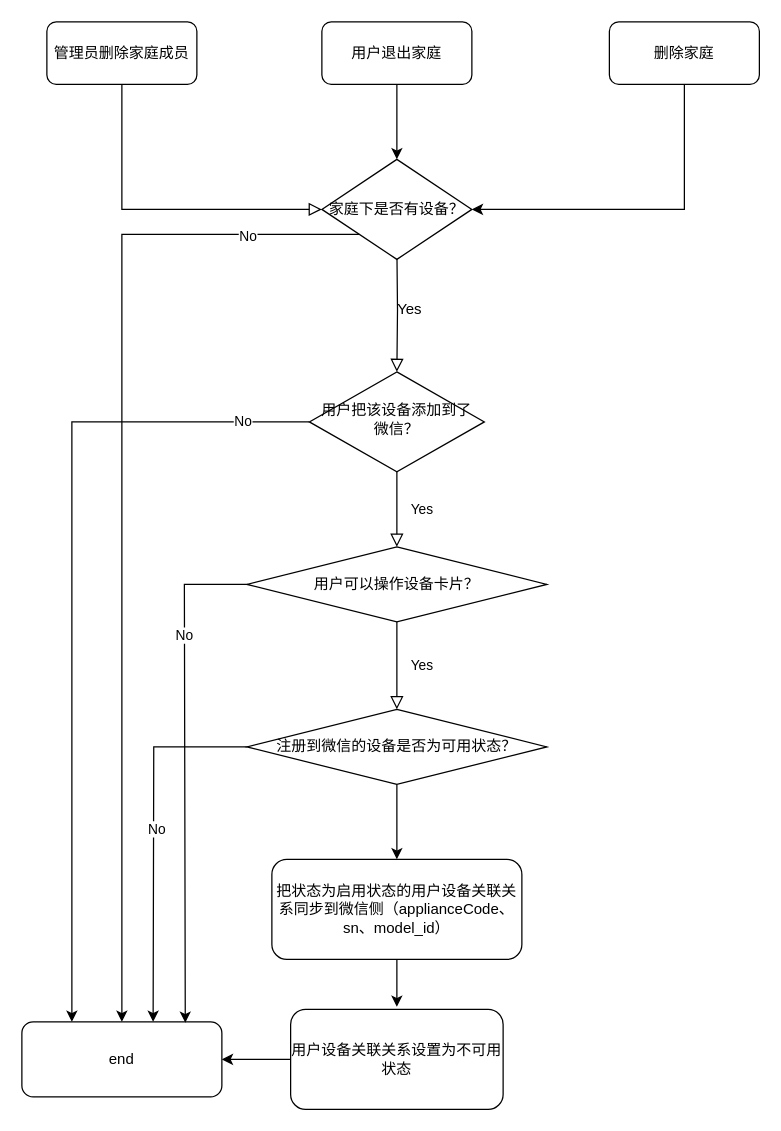
lizhenghui337/draw keeps this draw.io diagram as page "Page-1" (1 of 2) of Untitled Diagram.drawio. Above is the earlier version. Source tidied: cells renumbered, new cells numbered last; positions are measured from the earlier drawing's top-left corner, leaving out a move shared by most shapes. Both pictures are drawn from the tidied source at 125%, with x=0, y=0 at pixel (21, 21).
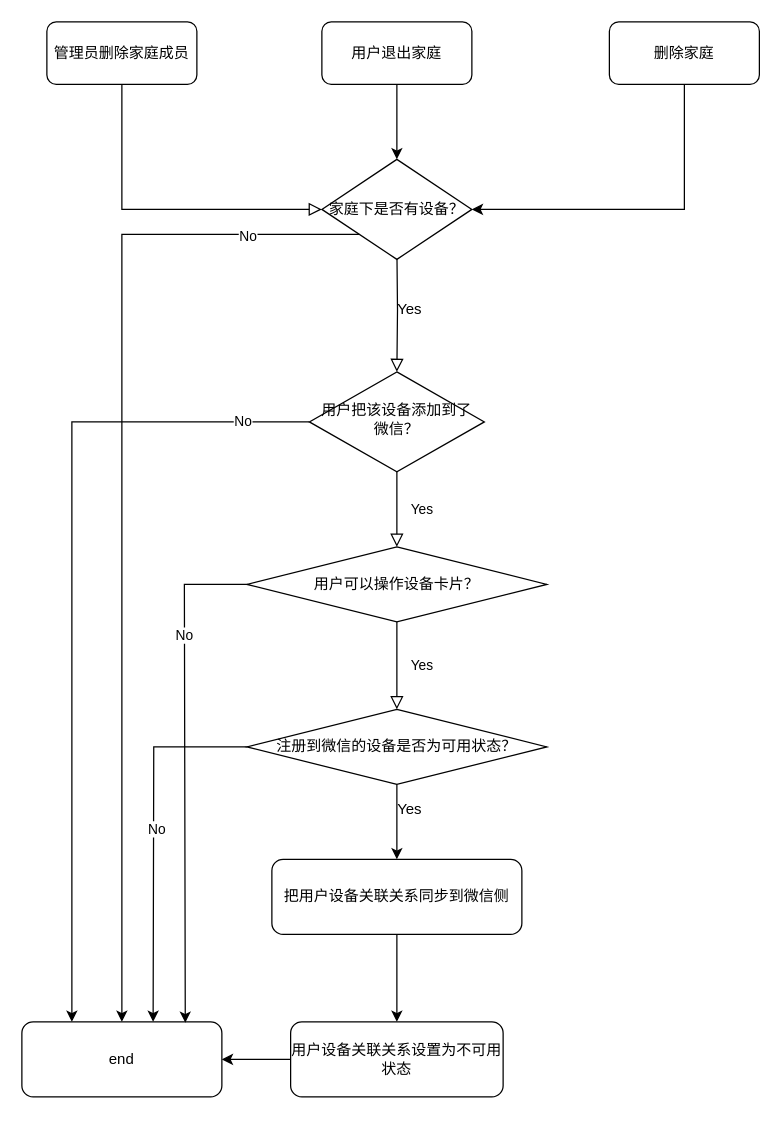
The same diagram, later.

What changed in the source:
```diff
@@
-    <mxCell id="9" style="edgeStyle=orthogonalEdgeStyle;rounded=0;jettySize=auto;html=1;exitX=0.5;exitY=1;exitDx=0;exitDy=0;" parent="1" edge="1" source="18">
-      <mxGeometry relative="1" as="geometry">
-        <mxPoint x="300" y="788" as="targetPoint" />
-        <Array as="points">
-          <mxPoint x="300" y="788" />
-        </Array>
-      </mxGeometry>
+    <mxCell id="9" style="edgeStyle=orthogonalEdgeStyle;rounded=0;jettySize=auto;html=1;exitX=0.5;exitY=1;exitDx=0;exitDy=0;entryX=0.5;entryY=0;entryDx=0;entryDy=0;" parent="1" edge="1" source="18" target="15">
+      <mxGeometry relative="1" as="geometry" />
     </mxCell>
@@
     <mxCell id="15" value="&lt;span&gt;用户设备关联关系设置为不可用状态&lt;/span&gt;" style="rounded=1;whiteSpace=wrap;html=1;" parent="1" vertex="1">
-      <mxGeometry x="215" y="790" width="170" height="80" as="geometry" />
+      <mxGeometry x="215" y="800" width="170" height="60" as="geometry" />
     </mxCell>
@@
-    <mxCell id="18" value="&lt;span&gt;把状态为启用状态的用户设备关联关系同步到微信侧（applianceCode、sn、model_id）&lt;/span&gt;" style="rounded=1;whiteSpace=wrap;html=1;" parent="1" vertex="1">
-      <mxGeometry x="200" y="670" width="200" height="80" as="geometry" />
+    <mxCell id="18" value="&lt;span&gt;把用户设备关联关系同步到微信侧&lt;/span&gt;" style="rounded=1;whiteSpace=wrap;html=1;" parent="1" vertex="1">
+      <mxGeometry x="200" y="670" width="200" height="60" as="geometry" />
     </mxCell>
@@
+    <mxCell id="30" value="Yes" style="text;html=1;align=center;verticalAlign=middle;strokeColor=none;fillColor=none;" parent="1" vertex="1">
+      <mxGeometry x="295" y="620" width="30" height="20" as="geometry" />
+    </mxCell>
```
